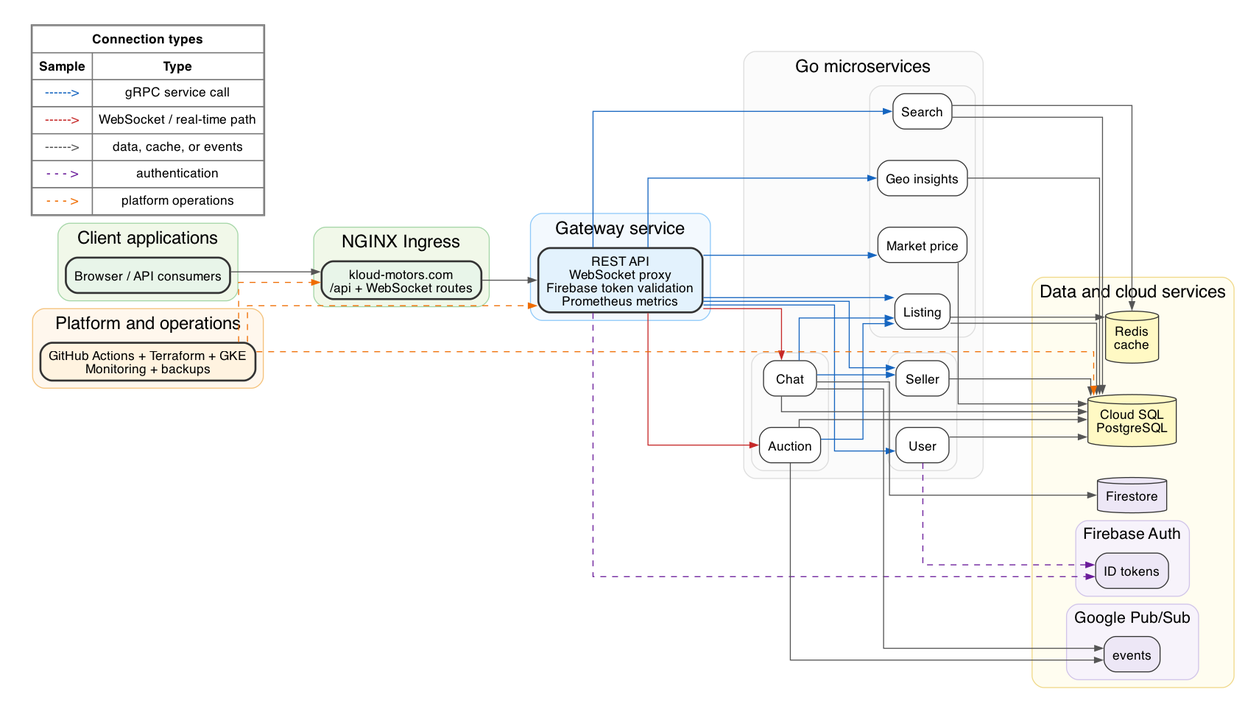
cheestree/kloud-motors keeps this Graphviz diagram as docs/report/architecture/images/architecture.png. Above is the earlier version. Its source is kept beside it as docs/report/architecture/images/architecture.dot.
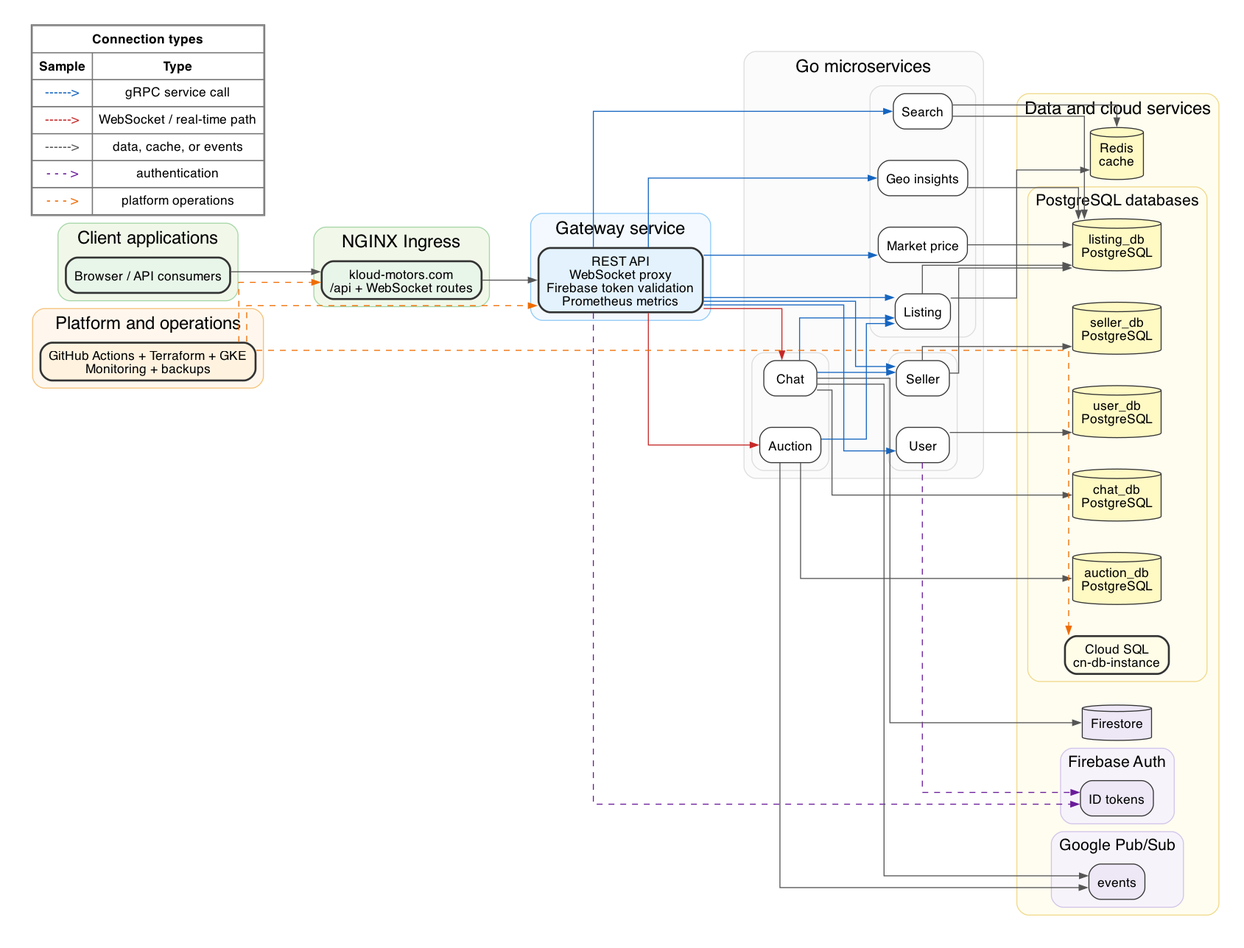
After the change.

Commit message:
Represent Cloud SQL as instance with DBs

What changed in the source:
```diff
@@ -109,7 +109,22 @@
     fontsize=18;
 
     redis [shape=cylinder, label="Redis\ncache", fillcolor="#fff9c4"];
-    sqldb [shape=cylinder, label="Cloud SQL\nPostgreSQL", fillcolor="#fff9c4"];
+
+    subgraph cluster_cloudsql {
+      label="PostgreSQL databases";
+      color="#f0d98a";
+      style="rounded,filled";
+      fillcolor="#fffdf0";
+      fontsize=16;
+
+      cloudsql_instance [shape=box, label="Cloud SQL\ncn-db-instance", fillcolor="#fffde7", penwidth=2];
+      listing_db [shape=cylinder, label="listing_db\nPostgreSQL", fillcolor="#fff9c4"];
+      user_db [shape=cylinder, label="user_db\nPostgreSQL", fillcolor="#fff9c4"];
+      seller_db [shape=cylinder, label="seller_db\nPostgreSQL", fillcolor="#fff9c4"];
+      chat_db [shape=cylinder, label="chat_db\nPostgreSQL", fillcolor="#fff9c4"];
+      auction_db [shape=cylinder, label="auction_db\nPostgreSQL", fillcolor="#fff9c4"];
+    }
+
     subgraph cluster_firebase {
       label="Firebase Auth";
       color="#d1c4e9";
@@ -173,14 +188,15 @@
 
   listing_service -> redis;
   search_service -> redis;
-  listing_service -> sqldb;
-  search_service -> sqldb;
-  marketprice_service -> sqldb;
-  geo_service -> sqldb;
-  user_service -> sqldb;
-  seller_service -> sqldb;
-  chat_service -> sqldb;
-  auction_service -> sqldb;
+  listing_service -> listing_db;
+  search_service -> listing_db;
+  marketprice_service -> listing_db;
+  geo_service -> listing_db;
+  seller_service -> listing_db;
+  user_service -> user_db;
+  seller_service -> seller_db;
+  chat_service -> chat_db;
+  auction_service -> auction_db;
   chat_service -> firestore;
   chat_service -> pubsub_content;
   auction_service -> pubsub_content;
@@ -190,5 +206,5 @@
 
   platform_content -> ingress_content [style=dashed, color="#ef6c00"];
   platform_content -> gateway_content [style=dashed, color="#ef6c00"];
-  platform_content -> sqldb [style=dashed, color="#ef6c00"];
+  platform_content -> cloudsql_instance [style=dashed, color="#ef6c00"];
 }
```
